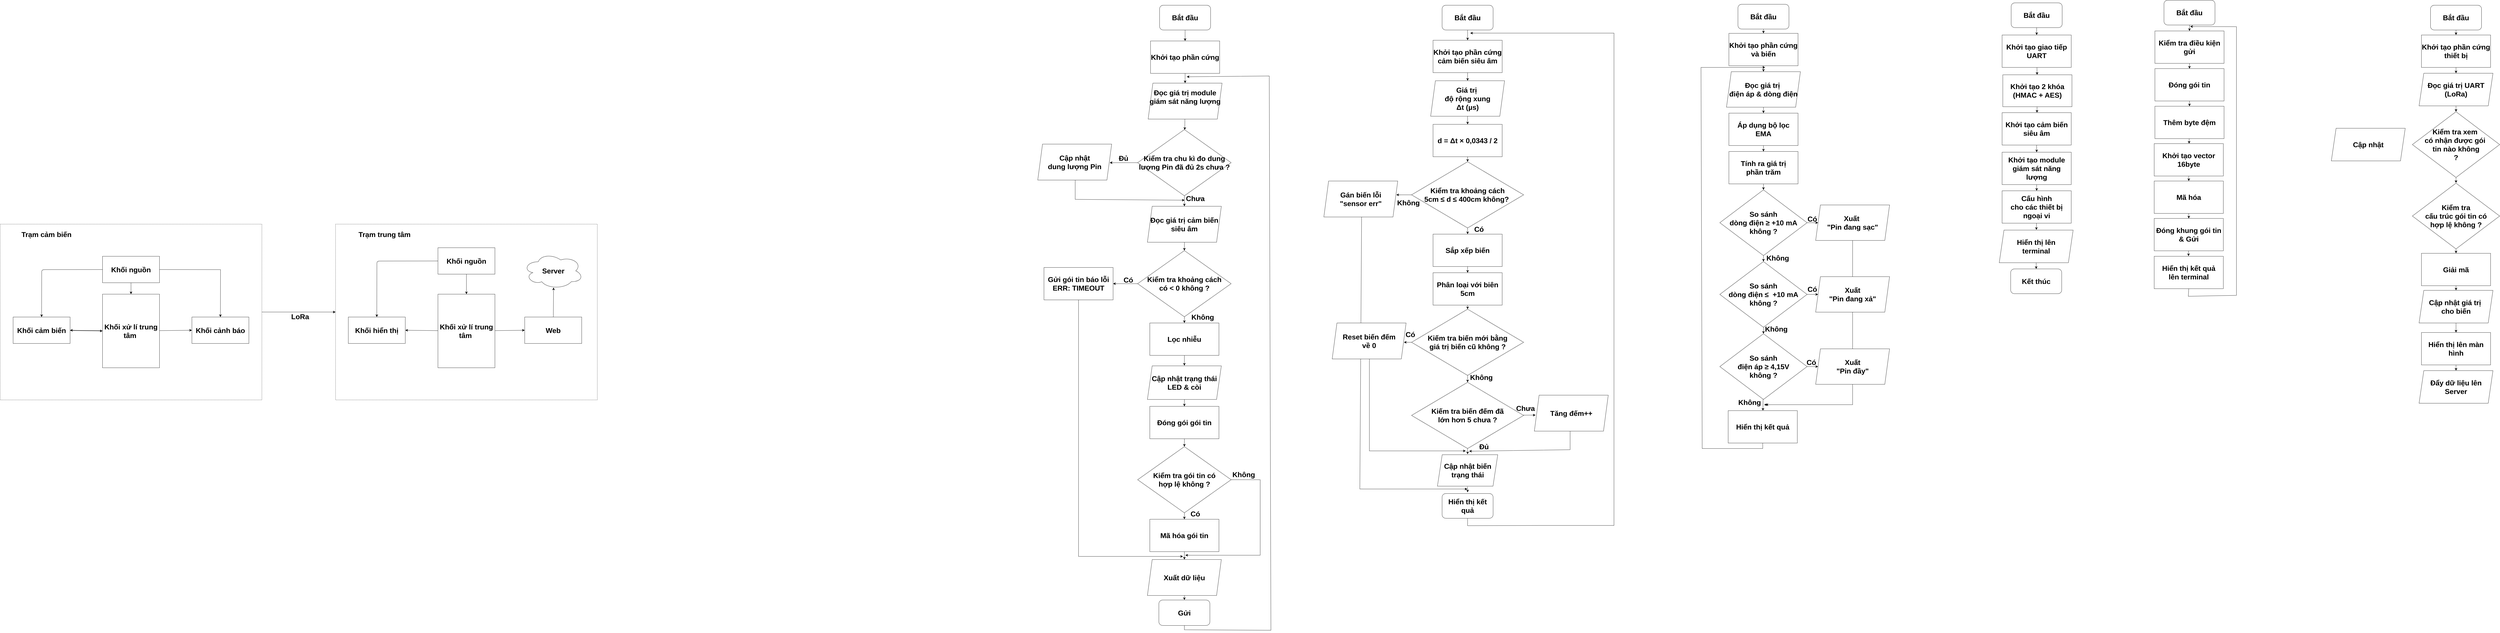
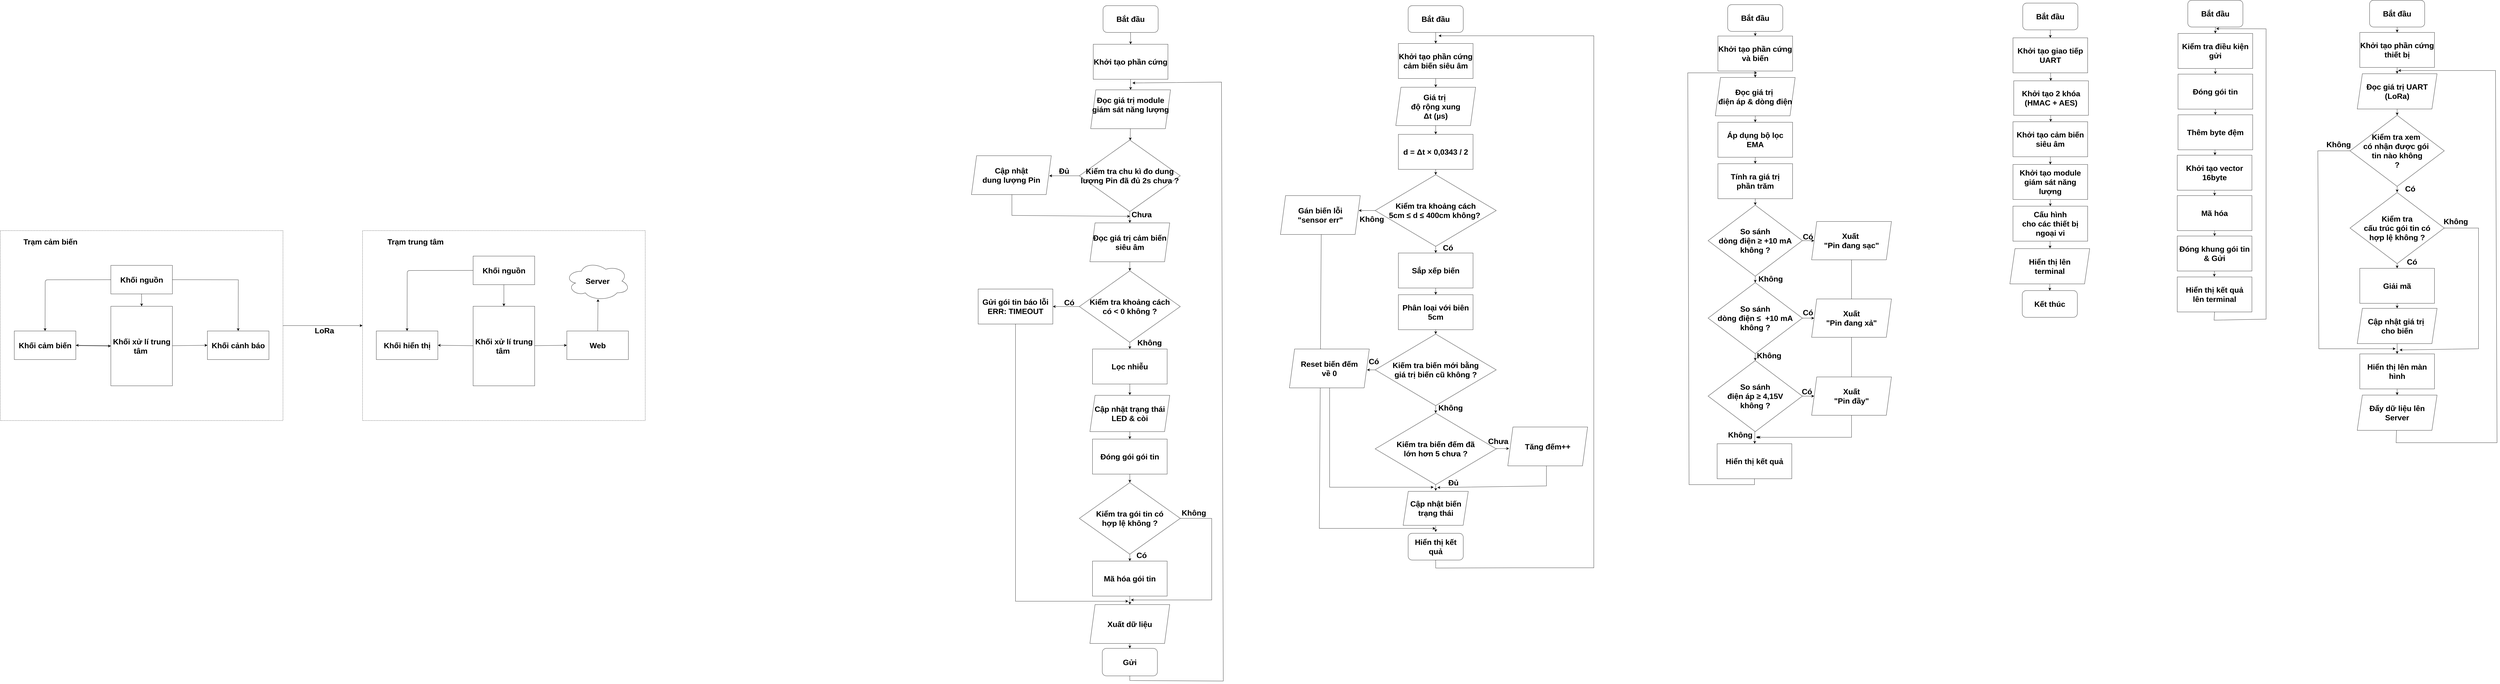
<mxfile host="app.diagrams.net">
  <diagram name="Page-1" id="Xzzm8pSJ2Ty5PO-fjyCe">
-     <mxGraphModel dx="3535" dy="1988" grid="0" gridSize="10" guides="1" tooltips="1" connect="1" arrows="1" fold="1" page="1" pageScale="1" pageWidth="4681" pageHeight="3300" math="0" shadow="0">
+     <mxGraphModel dx="4040" dy="2271" grid="0" gridSize="10" guides="1" tooltips="1" connect="1" arrows="1" fold="1" page="1" pageScale="1" pageWidth="4681" pageHeight="3300" math="0" shadow="0">
      <root>
        <mxCell id="0" />
        <mxCell id="1" parent="0" />
        <mxCell id="dHOnNA1qFKyTxo9gN7e2-160" edge="1" parent="1" source="dHOnNA1qFKyTxo9gN7e2-135" style="edgeStyle=none;curved=1;rounded=0;orthogonalLoop=1;jettySize=auto;html=1;entryX=0.5;entryY=1;entryDx=0;entryDy=0;fontSize=12;startSize=8;endSize=8;" target="dHOnNA1qFKyTxo9gN7e2-136">
          <mxGeometry relative="1" as="geometry" />
        </mxCell>
        <mxCell id="aMmJWWC9FcH2sZLkuJds-26" parent="1" style="rounded=0;whiteSpace=wrap;html=1;dashed=1;fontStyle=1;fontSize=30;" value="" vertex="1">
-           <mxGeometry height="738" width="1098" x="1887.5" y="1122" as="geometry" />
+           <mxGeometry height="738" width="1098" x="2468" y="1077" as="geometry" />
        </mxCell>
        <mxCell id="aMmJWWC9FcH2sZLkuJds-31" edge="1" parent="1" source="aMmJWWC9FcH2sZLkuJds-25" style="edgeStyle=none;curved=1;rounded=0;orthogonalLoop=1;jettySize=auto;html=1;entryX=0;entryY=0.5;entryDx=0;entryDy=0;fontSize=30;startSize=8;endSize=8;fontStyle=1" target="aMmJWWC9FcH2sZLkuJds-26">
          <mxGeometry relative="1" as="geometry" />
        </mxCell>
        <mxCell id="aMmJWWC9FcH2sZLkuJds-25" parent="1" style="rounded=0;whiteSpace=wrap;html=1;dashed=1;fontStyle=1;fontSize=30;" value="" vertex="1">
-           <mxGeometry height="738" width="1098" x="480.5" y="1122" as="geometry" />
+           <mxGeometry height="738" width="1098" x="1061" y="1077" as="geometry" />
        </mxCell>
        <mxCell id="aMmJWWC9FcH2sZLkuJds-12" edge="1" parent="1" source="aMmJWWC9FcH2sZLkuJds-1" style="edgeStyle=none;curved=1;rounded=0;orthogonalLoop=1;jettySize=auto;html=1;entryX=0;entryY=0.5;entryDx=0;entryDy=0;fontSize=30;startSize=8;endSize=8;fontStyle=1" target="aMmJWWC9FcH2sZLkuJds-5">
          <mxGeometry relative="1" as="geometry" />
        </mxCell>
        <mxCell id="aMmJWWC9FcH2sZLkuJds-13" edge="1" parent="1" source="aMmJWWC9FcH2sZLkuJds-1" style="edgeStyle=none;curved=1;rounded=0;orthogonalLoop=1;jettySize=auto;html=1;entryX=1;entryY=0.5;entryDx=0;entryDy=0;fontSize=30;startSize=8;endSize=8;fontStyle=1" target="aMmJWWC9FcH2sZLkuJds-4">
          <mxGeometry relative="1" as="geometry" />
        </mxCell>
        <mxCell id="aMmJWWC9FcH2sZLkuJds-1" parent="1" style="rounded=0;whiteSpace=wrap;html=1;fontStyle=1;fontSize=30;" value="&lt;font&gt;Khối xử lí trung tâm&amp;nbsp;&lt;/font&gt;" vertex="1">
-           <mxGeometry height="309" width="239" x="910" y="1416" as="geometry" />
+           <mxGeometry height="309" width="239" x="1490.5" y="1371" as="geometry" />
        </mxCell>
        <mxCell id="aMmJWWC9FcH2sZLkuJds-8" edge="1" parent="1" source="aMmJWWC9FcH2sZLkuJds-2" style="edgeStyle=none;curved=0;rounded=1;orthogonalLoop=1;jettySize=auto;html=1;entryX=0.5;entryY=0;entryDx=0;entryDy=0;fontSize=30;startSize=8;endSize=8;fontStyle=1" target="aMmJWWC9FcH2sZLkuJds-4">
          <mxGeometry relative="1" as="geometry">
            <Array as="points">
-               <mxPoint x="655" y="1313" />
+               <mxPoint x="1235.5" y="1268" />
            </Array>
          </mxGeometry>
        </mxCell>
        <mxCell id="aMmJWWC9FcH2sZLkuJds-9" edge="1" parent="1" source="aMmJWWC9FcH2sZLkuJds-2" style="edgeStyle=none;curved=1;rounded=0;orthogonalLoop=1;jettySize=auto;html=1;entryX=0.5;entryY=0;entryDx=0;entryDy=0;fontSize=30;startSize=8;endSize=8;fontStyle=1" target="aMmJWWC9FcH2sZLkuJds-1">
          <mxGeometry relative="1" as="geometry" />
        </mxCell>
        <mxCell id="aMmJWWC9FcH2sZLkuJds-10" edge="1" parent="1" source="aMmJWWC9FcH2sZLkuJds-2" style="edgeStyle=none;curved=0;rounded=0;orthogonalLoop=1;jettySize=auto;html=1;entryX=0.5;entryY=0;entryDx=0;entryDy=0;fontSize=30;startSize=8;endSize=8;fontStyle=1" target="aMmJWWC9FcH2sZLkuJds-5">
          <mxGeometry relative="1" as="geometry">
            <Array as="points">
-               <mxPoint x="1405" y="1313" />
+               <mxPoint x="1985.5" y="1268" />
            </Array>
          </mxGeometry>
        </mxCell>
        <mxCell id="aMmJWWC9FcH2sZLkuJds-2" parent="1" style="rounded=0;whiteSpace=wrap;html=1;fontStyle=1;fontSize=30;" value="&lt;font&gt;Khối nguồn&lt;/font&gt;" vertex="1">
-           <mxGeometry height="111" width="239" x="910" y="1257" as="geometry" />
+           <mxGeometry height="111" width="239" x="1490.5" y="1212" as="geometry" />
        </mxCell>
        <mxCell id="aMmJWWC9FcH2sZLkuJds-11" edge="1" parent="1" source="aMmJWWC9FcH2sZLkuJds-4" style="edgeStyle=none;curved=1;rounded=0;orthogonalLoop=1;jettySize=auto;html=1;entryX=0;entryY=0.5;entryDx=0;entryDy=0;fontSize=30;startSize=8;endSize=8;fontStyle=1" target="aMmJWWC9FcH2sZLkuJds-1">
          <mxGeometry relative="1" as="geometry" />
        </mxCell>
        <mxCell id="aMmJWWC9FcH2sZLkuJds-4" parent="1" style="rounded=0;whiteSpace=wrap;html=1;fontStyle=1;fontSize=30;" value="&lt;font&gt;Khối cảm biến&lt;/font&gt;" vertex="1">
-           <mxGeometry height="111" width="239" x="535" y="1512" as="geometry" />
+           <mxGeometry height="111" width="239" x="1115.5" y="1467" as="geometry" />
        </mxCell>
        <mxCell id="aMmJWWC9FcH2sZLkuJds-5" parent="1" style="rounded=0;whiteSpace=wrap;html=1;fontStyle=1;fontSize=30;" value="&lt;font&gt;Khối cảnh báo&lt;/font&gt;" vertex="1">
-           <mxGeometry height="111" width="239" x="1285" y="1512" as="geometry" />
+           <mxGeometry height="111" width="239" x="1865.5" y="1467" as="geometry" />
        </mxCell>
        <mxCell id="aMmJWWC9FcH2sZLkuJds-19" edge="1" parent="1" source="aMmJWWC9FcH2sZLkuJds-14" style="edgeStyle=none;curved=1;rounded=0;orthogonalLoop=1;jettySize=auto;html=1;entryX=1;entryY=0.5;entryDx=0;entryDy=0;fontSize=30;startSize=8;endSize=8;fontStyle=1" target="aMmJWWC9FcH2sZLkuJds-16">
          <mxGeometry relative="1" as="geometry" />
        </mxCell>
        <mxCell id="aMmJWWC9FcH2sZLkuJds-20" edge="1" parent="1" source="aMmJWWC9FcH2sZLkuJds-14" style="edgeStyle=none;curved=1;rounded=0;orthogonalLoop=1;jettySize=auto;html=1;entryX=0;entryY=0.5;entryDx=0;entryDy=0;fontSize=30;startSize=8;endSize=8;fontStyle=1" target="aMmJWWC9FcH2sZLkuJds-18">
          <mxGeometry relative="1" as="geometry" />
        </mxCell>
        <mxCell id="aMmJWWC9FcH2sZLkuJds-14" parent="1" style="rounded=0;whiteSpace=wrap;html=1;fontStyle=1;fontSize=30;" value="&lt;font&gt;Khối xử lí trung tâm&amp;nbsp;&lt;/font&gt;" vertex="1">
-           <mxGeometry height="309" width="239" x="2317" y="1416" as="geometry" />
+           <mxGeometry height="309" width="239" x="2897.5" y="1371" as="geometry" />
        </mxCell>
        <mxCell id="aMmJWWC9FcH2sZLkuJds-21" edge="1" parent="1" source="aMmJWWC9FcH2sZLkuJds-15" style="edgeStyle=none;curved=1;rounded=0;orthogonalLoop=1;jettySize=auto;html=1;entryX=0.5;entryY=0;entryDx=0;entryDy=0;fontSize=30;startSize=8;endSize=8;fontStyle=1" target="aMmJWWC9FcH2sZLkuJds-14">
          <mxGeometry relative="1" as="geometry" />
        </mxCell>
        <mxCell id="aMmJWWC9FcH2sZLkuJds-22" edge="1" parent="1" source="aMmJWWC9FcH2sZLkuJds-15" style="edgeStyle=none;curved=0;rounded=1;orthogonalLoop=1;jettySize=auto;html=1;entryX=0.5;entryY=0;entryDx=0;entryDy=0;fontSize=30;startSize=8;endSize=8;fontStyle=1" target="aMmJWWC9FcH2sZLkuJds-16">
          <mxGeometry relative="1" as="geometry">
            <Array as="points">
-               <mxPoint x="2061" y="1277" />
+               <mxPoint x="2641.5" y="1232" />
            </Array>
          </mxGeometry>
        </mxCell>
        <mxCell id="aMmJWWC9FcH2sZLkuJds-15" parent="1" style="rounded=0;whiteSpace=wrap;html=1;fontStyle=1;fontSize=30;" value="&lt;font&gt;Khối nguồn&lt;/font&gt;" vertex="1">
-           <mxGeometry height="111" width="239" x="2317" y="1221" as="geometry" />
+           <mxGeometry height="111" width="239" x="2897.5" y="1176" as="geometry" />
        </mxCell>
        <mxCell id="aMmJWWC9FcH2sZLkuJds-16" parent="1" style="rounded=0;whiteSpace=wrap;html=1;fontStyle=1;fontSize=30;" value="&lt;font&gt;Khối hiển thị&lt;/font&gt;" vertex="1">
-           <mxGeometry height="111" width="239" x="1941" y="1512" as="geometry" />
+           <mxGeometry height="111" width="239" x="2521.5" y="1467" as="geometry" />
        </mxCell>
        <mxCell id="aMmJWWC9FcH2sZLkuJds-18" parent="1" style="rounded=0;whiteSpace=wrap;html=1;fontStyle=1;fontSize=30;" value="&lt;span&gt;Web&lt;/span&gt;" vertex="1">
-           <mxGeometry height="111" width="239" x="2681" y="1512" as="geometry" />
+           <mxGeometry height="111" width="239" x="3261.5" y="1467" as="geometry" />
        </mxCell>
        <mxCell id="aMmJWWC9FcH2sZLkuJds-23" parent="1" style="ellipse;shape=cloud;whiteSpace=wrap;html=1;fontStyle=1;fontSize=30;" value="&lt;span&gt;Server&lt;/span&gt;" vertex="1">
-           <mxGeometry height="152" width="252" x="2674.5" y="1242" as="geometry" />
+           <mxGeometry height="152" width="252" x="3255" y="1197" as="geometry" />
        </mxCell>
        <mxCell id="aMmJWWC9FcH2sZLkuJds-24" edge="1" parent="1" source="aMmJWWC9FcH2sZLkuJds-18" style="edgeStyle=none;curved=1;rounded=0;orthogonalLoop=1;jettySize=auto;html=1;entryX=0.506;entryY=0.961;entryDx=0;entryDy=0;entryPerimeter=0;fontSize=30;startSize=8;endSize=8;fontStyle=1" target="aMmJWWC9FcH2sZLkuJds-23">
          <mxGeometry relative="1" as="geometry" />
        </mxCell>
        <mxCell id="aMmJWWC9FcH2sZLkuJds-27" parent="1" style="text;html=1;whiteSpace=wrap;strokeColor=none;fillColor=none;align=center;verticalAlign=middle;rounded=0;fontSize=30;fontStyle=1" value="Trạm cảm biến" vertex="1">
-           <mxGeometry height="30" width="332" x="509" y="1150" as="geometry" />
+           <mxGeometry height="30" width="332" x="1089.5" y="1105" as="geometry" />
        </mxCell>
        <mxCell id="aMmJWWC9FcH2sZLkuJds-28" parent="1" style="text;html=1;whiteSpace=wrap;strokeColor=none;fillColor=none;align=center;verticalAlign=middle;rounded=0;fontSize=30;fontStyle=1" value="Trạm trung tâm" vertex="1">
-           <mxGeometry height="30" width="332" x="1927" y="1150" as="geometry" />
+           <mxGeometry height="30" width="332" x="2507.5" y="1105" as="geometry" />
        </mxCell>
        <mxCell id="aMmJWWC9FcH2sZLkuJds-32" parent="1" style="text;html=1;whiteSpace=wrap;strokeColor=none;fillColor=none;align=center;verticalAlign=middle;rounded=0;fontSize=30;fontStyle=1" value="LoRa" vertex="1">
-           <mxGeometry height="30" width="332" x="1573" y="1495" as="geometry" />
+           <mxGeometry height="30" width="332" x="2153.5" y="1450" as="geometry" />
        </mxCell>
        <mxCell id="dHOnNA1qFKyTxo9gN7e2-32" edge="1" parent="1" source="dHOnNA1qFKyTxo9gN7e2-2" style="edgeStyle=none;curved=1;rounded=0;orthogonalLoop=1;jettySize=auto;html=1;fontSize=30;startSize=8;endSize=8;fontStyle=1" target="dHOnNA1qFKyTxo9gN7e2-3" value="">
          <mxGeometry relative="1" as="geometry" />
        </mxCell>
        <mxCell id="dHOnNA1qFKyTxo9gN7e2-2" parent="1" style="rounded=1;whiteSpace=wrap;html=1;fontStyle=1;fontSize=30;" value="&lt;font&gt;Bắt đầu&lt;/font&gt;" vertex="1">
          <mxGeometry height="104" width="214" x="5344" y="203" as="geometry" />
        </mxCell>
        <mxCell id="dHOnNA1qFKyTxo9gN7e2-33" edge="1" parent="1" source="dHOnNA1qFKyTxo9gN7e2-3" style="edgeStyle=none;curved=1;rounded=0;orthogonalLoop=1;jettySize=auto;html=1;fontSize=30;startSize=8;endSize=8;fontStyle=1" target="dHOnNA1qFKyTxo9gN7e2-4" value="">
          <mxGeometry relative="1" as="geometry" />
        </mxCell>
        <mxCell id="dHOnNA1qFKyTxo9gN7e2-3" parent="1" style="rounded=0;whiteSpace=wrap;html=1;fontStyle=1;fontSize=30;" value="&lt;font&gt;Khởi tạo phần cứng&lt;/font&gt;" vertex="1">
          <mxGeometry height="136" width="290" x="5306" y="353" as="geometry" />
        </mxCell>
        <mxCell id="dHOnNA1qFKyTxo9gN7e2-6" edge="1" parent="1" source="dHOnNA1qFKyTxo9gN7e2-4" style="edgeStyle=none;curved=1;rounded=0;orthogonalLoop=1;jettySize=auto;html=1;fontSize=30;startSize=8;endSize=8;fontStyle=1" target="dHOnNA1qFKyTxo9gN7e2-5" value="">
          <mxGeometry relative="1" as="geometry" />
        </mxCell>
        <mxCell id="dHOnNA1qFKyTxo9gN7e2-4" parent="1" style="shape=parallelogram;perimeter=parallelogramPerimeter;whiteSpace=wrap;html=1;fixedSize=1;fontStyle=1;fontSize=30;" value="&lt;font&gt;Đọc giá trị module giám sát năng lượng&lt;/font&gt;&lt;div&gt;&lt;font&gt;&lt;br&gt;&lt;/font&gt;&lt;/div&gt;" vertex="1">
          <mxGeometry height="151" width="310" x="5296" y="530" as="geometry" />
        </mxCell>
        <mxCell id="dHOnNA1qFKyTxo9gN7e2-8" edge="1" parent="1" source="dHOnNA1qFKyTxo9gN7e2-5" style="edgeStyle=none;curved=1;rounded=0;orthogonalLoop=1;jettySize=auto;html=1;fontSize=30;startSize=8;endSize=8;fontStyle=1" target="dHOnNA1qFKyTxo9gN7e2-7" value="">
          <mxGeometry relative="1" as="geometry" />
        </mxCell>
        <mxCell id="dHOnNA1qFKyTxo9gN7e2-19" edge="1" parent="1" source="dHOnNA1qFKyTxo9gN7e2-5" style="edgeStyle=none;curved=1;rounded=0;orthogonalLoop=1;jettySize=auto;html=1;fontSize=30;startSize=8;endSize=8;fontStyle=1" value="">
          <mxGeometry relative="1" as="geometry">
            <mxPoint x="5135" y="864.0000000000005" as="targetPoint" />
          </mxGeometry>
        </mxCell>
        <mxCell id="dHOnNA1qFKyTxo9gN7e2-29" edge="1" parent="1" source="dHOnNA1qFKyTxo9gN7e2-5" style="edgeStyle=none;curved=1;rounded=0;orthogonalLoop=1;jettySize=auto;html=1;fontSize=30;startSize=8;endSize=8;fontStyle=1" value="">
          <mxGeometry relative="1" as="geometry">
            <mxPoint x="5135" y="864.0000000000005" as="targetPoint" />
          </mxGeometry>
        </mxCell>
        <mxCell id="dHOnNA1qFKyTxo9gN7e2-5" parent="1" style="rhombus;whiteSpace=wrap;html=1;fontStyle=1;fontSize=30;" value="&lt;font&gt;Kiểm tra chu kì đo dung lượng Pin đã đủ 2s chưa ?&lt;/font&gt;" vertex="1">
          <mxGeometry height="278" width="392" x="5252" y="725" as="geometry" />
        </mxCell>
        <mxCell id="dHOnNA1qFKyTxo9gN7e2-22" edge="1" parent="1" source="dHOnNA1qFKyTxo9gN7e2-7" style="edgeStyle=none;curved=1;rounded=0;orthogonalLoop=1;jettySize=auto;html=1;fontSize=30;startSize=8;endSize=8;fontStyle=1" target="dHOnNA1qFKyTxo9gN7e2-9" value="">
          <mxGeometry relative="1" as="geometry" />
        </mxCell>
        <mxCell id="dHOnNA1qFKyTxo9gN7e2-7" parent="1" style="shape=parallelogram;perimeter=parallelogramPerimeter;whiteSpace=wrap;html=1;fixedSize=1;fontStyle=1;fontSize=30;" value="&lt;span&gt;Đọc giá trị cảm biến siêu âm&lt;/span&gt;" vertex="1">
          <mxGeometry height="151" width="310" x="5293" y="1047" as="geometry" />
        </mxCell>
        <mxCell id="dHOnNA1qFKyTxo9gN7e2-23" edge="1" parent="1" source="dHOnNA1qFKyTxo9gN7e2-9" style="edgeStyle=none;curved=1;rounded=0;orthogonalLoop=1;jettySize=auto;html=1;fontSize=30;startSize=8;endSize=8;fontStyle=1" target="dHOnNA1qFKyTxo9gN7e2-10" value="">
          <mxGeometry relative="1" as="geometry" />
        </mxCell>
        <mxCell id="dHOnNA1qFKyTxo9gN7e2-35" edge="1" parent="1" source="dHOnNA1qFKyTxo9gN7e2-9" style="edgeStyle=none;curved=1;rounded=0;orthogonalLoop=1;jettySize=auto;html=1;fontSize=30;startSize=8;endSize=8;fontStyle=1" target="dHOnNA1qFKyTxo9gN7e2-34" value="">
          <mxGeometry relative="1" as="geometry" />
        </mxCell>
        <mxCell id="dHOnNA1qFKyTxo9gN7e2-9" parent="1" style="rhombus;whiteSpace=wrap;html=1;fontStyle=1;fontSize=30;" value="&lt;font&gt;Kiểm tra khoảng cách&lt;br&gt;có &amp;lt; 0 không ?&lt;/font&gt;" vertex="1">
          <mxGeometry height="278" width="392" x="5252" y="1233" as="geometry" />
        </mxCell>
        <mxCell id="dHOnNA1qFKyTxo9gN7e2-24" edge="1" parent="1" source="dHOnNA1qFKyTxo9gN7e2-10" style="edgeStyle=none;curved=1;rounded=0;orthogonalLoop=1;jettySize=auto;html=1;fontSize=30;startSize=8;endSize=8;fontStyle=1" value="">
          <mxGeometry relative="1" as="geometry">
            <mxPoint x="5448.000000000001" y="1716" as="targetPoint" />
          </mxGeometry>
        </mxCell>
        <mxCell id="dHOnNA1qFKyTxo9gN7e2-10" parent="1" style="rounded=0;whiteSpace=wrap;html=1;fontStyle=1;fontSize=30;" value="&lt;font&gt;Lọc nhiễu&lt;/font&gt;" vertex="1">
          <mxGeometry height="136" width="290" x="5303" y="1537" as="geometry" />
        </mxCell>
        <mxCell id="dHOnNA1qFKyTxo9gN7e2-25" edge="1" parent="1" style="edgeStyle=none;curved=1;rounded=0;orthogonalLoop=1;jettySize=auto;html=1;fontSize=30;startSize=8;endSize=8;fontStyle=1" target="dHOnNA1qFKyTxo9gN7e2-13" value="">
          <mxGeometry relative="1" as="geometry">
            <mxPoint x="5448.000000000001" y="1852" as="sourcePoint" />
          </mxGeometry>
        </mxCell>
        <mxCell id="dHOnNA1qFKyTxo9gN7e2-26" edge="1" parent="1" source="dHOnNA1qFKyTxo9gN7e2-13" style="edgeStyle=none;curved=1;rounded=0;orthogonalLoop=1;jettySize=auto;html=1;fontSize=30;startSize=8;endSize=8;fontStyle=1" target="dHOnNA1qFKyTxo9gN7e2-14" value="">
          <mxGeometry relative="1" as="geometry" />
        </mxCell>
        <mxCell id="dHOnNA1qFKyTxo9gN7e2-13" parent="1" style="rounded=0;whiteSpace=wrap;html=1;fontStyle=1;fontSize=30;" value="&lt;span&gt;Đóng gói gói tin&lt;/span&gt;" vertex="1">
          <mxGeometry height="136" width="290" x="5303" y="1887" as="geometry" />
        </mxCell>
        <mxCell id="dHOnNA1qFKyTxo9gN7e2-27" edge="1" parent="1" source="dHOnNA1qFKyTxo9gN7e2-14" style="edgeStyle=none;curved=1;rounded=0;orthogonalLoop=1;jettySize=auto;html=1;fontSize=30;startSize=8;endSize=8;fontStyle=1" target="dHOnNA1qFKyTxo9gN7e2-15" value="">
          <mxGeometry relative="1" as="geometry" />
        </mxCell>
        <mxCell id="dHOnNA1qFKyTxo9gN7e2-41" edge="1" parent="1" source="dHOnNA1qFKyTxo9gN7e2-14" style="edgeStyle=none;curved=0;rounded=0;orthogonalLoop=1;jettySize=auto;html=1;fontSize=30;startSize=8;endSize=8;fontStyle=1" value="">
          <mxGeometry relative="1" as="geometry">
            <Array as="points">
              <mxPoint x="5766" y="2195" />
              <mxPoint x="5766" y="2512" />
            </Array>
            <mxPoint x="5452" y="2512" as="targetPoint" />
          </mxGeometry>
        </mxCell>
        <mxCell id="dHOnNA1qFKyTxo9gN7e2-14" parent="1" style="rhombus;whiteSpace=wrap;html=1;fontStyle=1;fontSize=30;" value="&lt;span&gt;Kiểm tra gói tin có&lt;/span&gt;&lt;div&gt;&lt;span&gt;hợp lệ không ?&lt;/span&gt;&lt;/div&gt;" vertex="1">
          <mxGeometry height="278" width="392" x="5252" y="2056" as="geometry" />
        </mxCell>
        <mxCell id="dHOnNA1qFKyTxo9gN7e2-28" edge="1" parent="1" source="dHOnNA1qFKyTxo9gN7e2-15" style="edgeStyle=none;curved=1;rounded=0;orthogonalLoop=1;jettySize=auto;html=1;fontSize=30;startSize=8;endSize=8;fontStyle=1" value="">
          <mxGeometry relative="1" as="geometry">
            <mxPoint x="5448" y="2530" as="targetPoint" />
          </mxGeometry>
        </mxCell>
        <mxCell id="dHOnNA1qFKyTxo9gN7e2-15" parent="1" style="rounded=0;whiteSpace=wrap;html=1;fontStyle=1;fontSize=30;" value="&lt;span&gt;Mã hóa gói tin&lt;/span&gt;" vertex="1">
          <mxGeometry height="136" width="290" x="5303" y="2361" as="geometry" />
        </mxCell>
        <mxCell id="dHOnNA1qFKyTxo9gN7e2-42" edge="1" parent="1" source="dHOnNA1qFKyTxo9gN7e2-105" style="edgeStyle=none;curved=0;rounded=0;orthogonalLoop=1;jettySize=auto;html=1;fontSize=30;startSize=8;endSize=8;fontStyle=1;exitX=0.5;exitY=1;exitDx=0;exitDy=0;">
          <mxGeometry relative="1" as="geometry">
            <Array as="points">
              <mxPoint x="5448" y="2825" />
              <mxPoint x="5811" y="2827" />
              <mxPoint x="5804" y="500" />
            </Array>
            <mxPoint x="5448" y="2666" as="sourcePoint" />
            <mxPoint x="5458" y="503.3333333333335" as="targetPoint" />
          </mxGeometry>
        </mxCell>
        <mxCell id="dHOnNA1qFKyTxo9gN7e2-21" edge="1" parent="1" style="edgeStyle=none;curved=0;rounded=0;orthogonalLoop=1;jettySize=auto;html=1;fontSize=30;startSize=8;endSize=8;fontStyle=1">
          <mxGeometry relative="1" as="geometry">
            <Array as="points">
              <mxPoint x="4990" y="1018" />
            </Array>
            <mxPoint x="4990" y="932" as="sourcePoint" />
            <mxPoint x="5448.941176470588" y="1021.4705882352941" as="targetPoint" />
          </mxGeometry>
        </mxCell>
        <mxCell id="dHOnNA1qFKyTxo9gN7e2-30" parent="1" style="text;html=1;whiteSpace=wrap;strokeColor=none;fillColor=none;align=center;verticalAlign=middle;rounded=0;fontSize=30;fontStyle=1" value="Đủ" vertex="1">
          <mxGeometry height="30" width="60" x="5163" y="830" as="geometry" />
        </mxCell>
        <mxCell id="dHOnNA1qFKyTxo9gN7e2-31" parent="1" style="text;html=1;whiteSpace=wrap;strokeColor=none;fillColor=none;align=center;verticalAlign=middle;rounded=0;fontSize=30;fontStyle=1" value="&lt;font&gt;Chưa&lt;/font&gt;" vertex="1">
          <mxGeometry height="30" width="60" x="5464" y="999" as="geometry" />
        </mxCell>
        <mxCell id="dHOnNA1qFKyTxo9gN7e2-36" edge="1" parent="1" source="dHOnNA1qFKyTxo9gN7e2-34" style="edgeStyle=none;curved=0;rounded=0;orthogonalLoop=1;jettySize=auto;html=1;fontSize=30;startSize=8;endSize=8;fontStyle=1">
          <mxGeometry relative="1" as="geometry">
            <Array as="points">
              <mxPoint x="5004" y="2517" />
            </Array>
            <mxPoint x="5442" y="2517" as="targetPoint" />
          </mxGeometry>
        </mxCell>
        <mxCell id="dHOnNA1qFKyTxo9gN7e2-34" parent="1" style="rounded=0;whiteSpace=wrap;html=1;fontStyle=1;fontSize=30;" value="&lt;span&gt;Gửi gói tin báo lỗi&lt;/span&gt;&lt;div&gt;&lt;span&gt;ERR: TIMEOUT&lt;/span&gt;&lt;/div&gt;" vertex="1">
          <mxGeometry height="136" width="290" x="4859" y="1304" as="geometry" />
        </mxCell>
        <mxCell id="dHOnNA1qFKyTxo9gN7e2-37" parent="1" style="text;html=1;whiteSpace=wrap;strokeColor=none;fillColor=none;align=center;verticalAlign=middle;rounded=0;fontSize=30;fontStyle=1" value="Có" vertex="1">
          <mxGeometry height="30" width="60" x="5183" y="1341" as="geometry" />
        </mxCell>
        <mxCell id="dHOnNA1qFKyTxo9gN7e2-38" parent="1" style="text;html=1;whiteSpace=wrap;strokeColor=none;fillColor=none;align=center;verticalAlign=middle;rounded=0;fontSize=30;fontStyle=1" value="&lt;span&gt;Không&lt;/span&gt;" vertex="1">
          <mxGeometry height="30" width="60" x="5495" y="1497" as="geometry" />
        </mxCell>
        <mxCell id="dHOnNA1qFKyTxo9gN7e2-43" parent="1" style="text;html=1;whiteSpace=wrap;strokeColor=none;fillColor=none;align=center;verticalAlign=middle;rounded=0;fontSize=30;fontStyle=1" value="Có" vertex="1">
          <mxGeometry height="30" width="60" x="5464" y="2323" as="geometry" />
        </mxCell>
        <mxCell id="dHOnNA1qFKyTxo9gN7e2-44" parent="1" style="text;html=1;whiteSpace=wrap;strokeColor=none;fillColor=none;align=center;verticalAlign=middle;rounded=0;fontSize=30;fontStyle=1" value="&lt;span&gt;Không&lt;/span&gt;" vertex="1">
          <mxGeometry height="30" width="60" x="5667" y="2158" as="geometry" />
        </mxCell>
        <mxCell id="dHOnNA1qFKyTxo9gN7e2-69" edge="1" parent="1" source="dHOnNA1qFKyTxo9gN7e2-47" style="edgeStyle=none;curved=1;rounded=0;orthogonalLoop=1;jettySize=auto;html=1;fontSize=12;startSize=8;endSize=8;" target="dHOnNA1qFKyTxo9gN7e2-53" value="">
          <mxGeometry relative="1" as="geometry" />
        </mxCell>
        <mxCell id="dHOnNA1qFKyTxo9gN7e2-47" parent="1" style="rounded=1;whiteSpace=wrap;html=1;fontStyle=1;fontSize=30;" value="&lt;font&gt;Bắt đầu&lt;/font&gt;" vertex="1">
          <mxGeometry height="104" width="214" x="6529" y="203" as="geometry" />
        </mxCell>
        <mxCell id="dHOnNA1qFKyTxo9gN7e2-71" edge="1" parent="1" source="dHOnNA1qFKyTxo9gN7e2-49" style="edgeStyle=none;curved=1;rounded=0;orthogonalLoop=1;jettySize=auto;html=1;fontSize=12;startSize=8;endSize=8;" target="dHOnNA1qFKyTxo9gN7e2-50" value="">
          <mxGeometry relative="1" as="geometry" />
        </mxCell>
        <mxCell id="dHOnNA1qFKyTxo9gN7e2-49" parent="1" style="shape=parallelogram;perimeter=parallelogramPerimeter;whiteSpace=wrap;html=1;fixedSize=1;fontStyle=1;fontSize=30;" value="&lt;div&gt;&lt;font&gt;Giá trị&amp;nbsp;&lt;/font&gt;&lt;/div&gt;&lt;div&gt;&lt;font&gt;độ rộng xung&lt;/font&gt;&lt;/div&gt;&lt;div&gt;&lt;font&gt;&lt;span style=&quot;background-color: transparent; color: light-dark(rgb(0, 0, 0), rgb(255, 255, 255));&quot;&gt;Δt&lt;/span&gt;&amp;nbsp;(µs)&lt;/font&gt;&lt;/div&gt;" vertex="1">
          <mxGeometry height="149" width="310" x="6481" y="520" as="geometry" />
        </mxCell>
        <mxCell id="dHOnNA1qFKyTxo9gN7e2-72" edge="1" parent="1" source="dHOnNA1qFKyTxo9gN7e2-50" style="edgeStyle=none;curved=1;rounded=0;orthogonalLoop=1;jettySize=auto;html=1;fontSize=12;startSize=8;endSize=8;" target="dHOnNA1qFKyTxo9gN7e2-55" value="">
          <mxGeometry relative="1" as="geometry" />
        </mxCell>
        <mxCell id="dHOnNA1qFKyTxo9gN7e2-50" parent="1" style="rounded=0;whiteSpace=wrap;html=1;fontStyle=1;fontSize=30;" value="&lt;font&gt;d = Δt × 0,0343 / 2&lt;/font&gt;" vertex="1">
          <mxGeometry height="136" width="290" x="6491" y="703" as="geometry" />
        </mxCell>
        <mxCell id="dHOnNA1qFKyTxo9gN7e2-70" edge="1" parent="1" source="dHOnNA1qFKyTxo9gN7e2-53" style="edgeStyle=none;curved=1;rounded=0;orthogonalLoop=1;jettySize=auto;html=1;fontSize=12;startSize=8;endSize=8;" target="dHOnNA1qFKyTxo9gN7e2-49" value="">
          <mxGeometry relative="1" as="geometry" />
        </mxCell>
        <mxCell id="dHOnNA1qFKyTxo9gN7e2-53" parent="1" style="rounded=0;whiteSpace=wrap;html=1;fontStyle=1;fontSize=30;" value="&lt;font&gt;Khởi tạo phần cứng&lt;/font&gt;&lt;div&gt;&lt;font&gt;cảm biến siêu âm&lt;/font&gt;&lt;/div&gt;" vertex="1">
          <mxGeometry height="136" width="290" x="6491" y="350" as="geometry" />
        </mxCell>
        <mxCell id="dHOnNA1qFKyTxo9gN7e2-73" edge="1" parent="1" source="dHOnNA1qFKyTxo9gN7e2-55" style="edgeStyle=none;curved=1;rounded=0;orthogonalLoop=1;jettySize=auto;html=1;fontSize=12;startSize=8;endSize=8;" value="">
          <mxGeometry relative="1" as="geometry">
            <mxPoint x="6337" y="999.0000000000005" as="targetPoint" />
          </mxGeometry>
        </mxCell>
        <mxCell id="dHOnNA1qFKyTxo9gN7e2-74" edge="1" parent="1" source="dHOnNA1qFKyTxo9gN7e2-55" style="edgeStyle=none;curved=1;rounded=0;orthogonalLoop=1;jettySize=auto;html=1;fontSize=12;startSize=8;endSize=8;" target="dHOnNA1qFKyTxo9gN7e2-58" value="">
          <mxGeometry relative="1" as="geometry" />
        </mxCell>
        <mxCell id="dHOnNA1qFKyTxo9gN7e2-55" parent="1" style="rhombus;whiteSpace=wrap;html=1;fontStyle=1;fontSize=30;" value="&lt;font&gt;Kiểm tra khoảng cách&lt;/font&gt;&lt;div&gt;&lt;font&gt;5cm ≤ d&amp;nbsp;≤ 400cm không?&amp;nbsp;&lt;/font&gt;&lt;/div&gt;" vertex="1">
          <mxGeometry height="278" width="470" x="6401" y="860" as="geometry" />
        </mxCell>
        <mxCell id="dHOnNA1qFKyTxo9gN7e2-84" edge="1" parent="1" style="edgeStyle=none;curved=0;rounded=0;orthogonalLoop=1;jettySize=auto;html=1;fontSize=12;startSize=8;endSize=8;">
          <mxGeometry relative="1" as="geometry">
            <Array as="points">
              <mxPoint x="6184" y="2234" />
            </Array>
            <mxPoint x="6191.55951417004" y="1067.0000000000005" as="sourcePoint" />
            <mxPoint x="6635" y="2234" as="targetPoint" />
          </mxGeometry>
        </mxCell>
        <mxCell id="dHOnNA1qFKyTxo9gN7e2-75" edge="1" parent="1" source="dHOnNA1qFKyTxo9gN7e2-58" style="edgeStyle=none;curved=1;rounded=0;orthogonalLoop=1;jettySize=auto;html=1;fontSize=12;startSize=8;endSize=8;" target="dHOnNA1qFKyTxo9gN7e2-59" value="">
          <mxGeometry relative="1" as="geometry" />
        </mxCell>
        <mxCell id="dHOnNA1qFKyTxo9gN7e2-58" parent="1" style="rounded=0;whiteSpace=wrap;html=1;fontStyle=1;fontSize=30;" value="Sắp xếp biến" vertex="1">
          <mxGeometry height="136" width="290" x="6491" y="1164" as="geometry" />
        </mxCell>
        <mxCell id="dHOnNA1qFKyTxo9gN7e2-76" edge="1" parent="1" source="dHOnNA1qFKyTxo9gN7e2-59" style="edgeStyle=none;curved=1;rounded=0;orthogonalLoop=1;jettySize=auto;html=1;fontSize=12;startSize=8;endSize=8;" target="dHOnNA1qFKyTxo9gN7e2-61" value="">
          <mxGeometry relative="1" as="geometry" />
        </mxCell>
        <mxCell id="dHOnNA1qFKyTxo9gN7e2-59" parent="1" style="rounded=0;whiteSpace=wrap;html=1;fontStyle=1;fontSize=30;" value="Phân loại với biên&lt;div&gt;5cm&lt;/div&gt;" vertex="1">
          <mxGeometry height="136" width="290" x="6491" y="1326" as="geometry" />
        </mxCell>
        <mxCell id="dHOnNA1qFKyTxo9gN7e2-77" edge="1" parent="1" source="dHOnNA1qFKyTxo9gN7e2-61" style="edgeStyle=none;curved=1;rounded=0;orthogonalLoop=1;jettySize=auto;html=1;fontSize=12;startSize=8;endSize=8;" value="">
          <mxGeometry relative="1" as="geometry">
            <mxPoint x="6369" y="1618.0000000000005" as="targetPoint" />
          </mxGeometry>
        </mxCell>
        <mxCell id="dHOnNA1qFKyTxo9gN7e2-78" edge="1" parent="1" source="dHOnNA1qFKyTxo9gN7e2-61" style="edgeStyle=none;curved=1;rounded=0;orthogonalLoop=1;jettySize=auto;html=1;fontSize=12;startSize=8;endSize=8;" target="dHOnNA1qFKyTxo9gN7e2-64" value="">
          <mxGeometry relative="1" as="geometry" />
        </mxCell>
        <mxCell id="dHOnNA1qFKyTxo9gN7e2-61" parent="1" style="rhombus;whiteSpace=wrap;html=1;fontStyle=1;fontSize=30;" value="Kiếm tra biến mới bằng&lt;div&gt;giá trị biến cũ không ?&lt;/div&gt;" vertex="1">
          <mxGeometry height="278" width="470" x="6401" y="1479" as="geometry" />
        </mxCell>
        <mxCell id="dHOnNA1qFKyTxo9gN7e2-83" edge="1" parent="1" style="edgeStyle=none;curved=0;rounded=0;orthogonalLoop=1;jettySize=auto;html=1;fontSize=12;startSize=8;endSize=8;">
          <mxGeometry relative="1" as="geometry">
            <Array as="points">
              <mxPoint x="6224" y="2074" />
            </Array>
            <mxPoint x="6224" y="1686" as="sourcePoint" />
            <mxPoint x="6628" y="2074" as="targetPoint" />
          </mxGeometry>
        </mxCell>
        <mxCell id="dHOnNA1qFKyTxo9gN7e2-79" edge="1" parent="1" source="dHOnNA1qFKyTxo9gN7e2-64" style="edgeStyle=none;curved=1;rounded=0;orthogonalLoop=1;jettySize=auto;html=1;fontSize=12;startSize=8;endSize=8;" value="">
          <mxGeometry relative="1" as="geometry">
            <mxPoint x="6921" y="1923.6744186046512" as="targetPoint" />
          </mxGeometry>
        </mxCell>
        <mxCell id="dHOnNA1qFKyTxo9gN7e2-80" edge="1" parent="1" source="dHOnNA1qFKyTxo9gN7e2-64" style="edgeStyle=none;curved=1;rounded=0;orthogonalLoop=1;jettySize=auto;html=1;fontSize=12;startSize=8;endSize=8;" value="">
          <mxGeometry relative="1" as="geometry">
            <mxPoint x="6636" y="2088" as="targetPoint" />
          </mxGeometry>
        </mxCell>
        <mxCell id="dHOnNA1qFKyTxo9gN7e2-64" parent="1" style="rhombus;whiteSpace=wrap;html=1;fontStyle=1;fontSize=30;" value="Kiếm tra biến đếm đã&lt;div&gt;lớn hơn 5 chưa ?&lt;/div&gt;" vertex="1">
          <mxGeometry height="278" width="470" x="6401" y="1786" as="geometry" />
        </mxCell>
        <mxCell id="dHOnNA1qFKyTxo9gN7e2-85" edge="1" parent="1" style="edgeStyle=none;curved=0;rounded=0;orthogonalLoop=1;jettySize=auto;html=1;fontSize=12;startSize=8;endSize=8;">
          <mxGeometry relative="1" as="geometry">
            <Array as="points">
              <mxPoint x="7066" y="2069" />
            </Array>
            <mxPoint x="7066" y="1991" as="sourcePoint" />
            <mxPoint x="6642.444444444443" y="2075.222222222222" as="targetPoint" />
          </mxGeometry>
        </mxCell>
        <mxCell id="dHOnNA1qFKyTxo9gN7e2-81" edge="1" parent="1" style="edgeStyle=none;curved=1;rounded=0;orthogonalLoop=1;jettySize=auto;html=1;fontSize=12;startSize=8;endSize=8;" value="">
          <mxGeometry relative="1" as="geometry">
            <mxPoint x="6636" y="2224" as="sourcePoint" />
            <mxPoint x="6636" y="2248" as="targetPoint" />
          </mxGeometry>
        </mxCell>
        <mxCell id="dHOnNA1qFKyTxo9gN7e2-82" edge="1" parent="1" source="dHOnNA1qFKyTxo9gN7e2-104" style="edgeStyle=none;curved=0;rounded=0;orthogonalLoop=1;jettySize=auto;html=1;fontSize=12;startSize=8;endSize=8;exitX=0.5;exitY=1;exitDx=0;exitDy=0;">
          <mxGeometry relative="1" as="geometry">
            <Array as="points">
              <mxPoint x="6636" y="2388" />
              <mxPoint x="6935" y="2387" />
              <mxPoint x="7250" y="2387" />
              <mxPoint x="7250" y="320" />
            </Array>
            <mxPoint x="6636" y="2384" as="sourcePoint" />
            <mxPoint x="6647" y="320" as="targetPoint" />
          </mxGeometry>
        </mxCell>
        <mxCell id="dHOnNA1qFKyTxo9gN7e2-86" parent="1" style="text;html=1;whiteSpace=wrap;strokeColor=none;fillColor=none;align=center;verticalAlign=middle;rounded=0;fontSize=30;fontStyle=1" value="Có" vertex="1">
          <mxGeometry height="30" width="60" x="6654" y="1128" as="geometry" />
        </mxCell>
        <mxCell id="dHOnNA1qFKyTxo9gN7e2-87" parent="1" style="text;html=1;whiteSpace=wrap;strokeColor=none;fillColor=none;align=center;verticalAlign=middle;rounded=0;fontSize=30;fontStyle=1" value="&lt;span&gt;Không&lt;/span&gt;" vertex="1">
          <mxGeometry height="30" width="60" x="6358" y="1017" as="geometry" />
        </mxCell>
        <mxCell id="dHOnNA1qFKyTxo9gN7e2-88" parent="1" style="text;html=1;whiteSpace=wrap;strokeColor=none;fillColor=none;align=center;verticalAlign=middle;rounded=0;fontSize=30;fontStyle=1" value="Có" vertex="1">
          <mxGeometry height="30" width="60" x="6366" y="1570" as="geometry" />
        </mxCell>
        <mxCell id="dHOnNA1qFKyTxo9gN7e2-89" parent="1" style="text;html=1;whiteSpace=wrap;strokeColor=none;fillColor=none;align=center;verticalAlign=middle;rounded=0;fontSize=30;fontStyle=1" value="&lt;span&gt;Không&lt;/span&gt;" vertex="1">
          <mxGeometry height="30" width="60" x="6664" y="1750" as="geometry" />
        </mxCell>
        <mxCell id="dHOnNA1qFKyTxo9gN7e2-90" parent="1" style="text;html=1;whiteSpace=wrap;strokeColor=none;fillColor=none;align=center;verticalAlign=middle;rounded=0;fontSize=30;fontStyle=1" value="Đủ" vertex="1">
          <mxGeometry height="30" width="60" x="6675" y="2041" as="geometry" />
        </mxCell>
        <mxCell id="dHOnNA1qFKyTxo9gN7e2-91" parent="1" style="text;html=1;whiteSpace=wrap;strokeColor=none;fillColor=none;align=center;verticalAlign=middle;rounded=0;fontSize=30;fontStyle=1" value="&lt;font&gt;Chưa&lt;/font&gt;" vertex="1">
          <mxGeometry height="30" width="60" x="6849" y="1880" as="geometry" />
        </mxCell>
        <mxCell id="dHOnNA1qFKyTxo9gN7e2-106" edge="1" parent="1" source="dHOnNA1qFKyTxo9gN7e2-92" style="edgeStyle=none;curved=1;rounded=0;orthogonalLoop=1;jettySize=auto;html=1;fontSize=12;startSize=8;endSize=8;" target="dHOnNA1qFKyTxo9gN7e2-93" value="">
          <mxGeometry relative="1" as="geometry" />
        </mxCell>
        <mxCell id="dHOnNA1qFKyTxo9gN7e2-92" parent="1" style="rounded=1;whiteSpace=wrap;html=1;fontStyle=1;fontSize=30;" value="&lt;font&gt;Bắt đầu&lt;/font&gt;" vertex="1">
          <mxGeometry height="104" width="214" x="8916" y="193" as="geometry" />
        </mxCell>
        <mxCell id="dHOnNA1qFKyTxo9gN7e2-107" edge="1" parent="1" source="dHOnNA1qFKyTxo9gN7e2-93" style="edgeStyle=none;curved=1;rounded=0;orthogonalLoop=1;jettySize=auto;html=1;fontSize=12;startSize=8;endSize=8;" target="dHOnNA1qFKyTxo9gN7e2-94" value="">
          <mxGeometry relative="1" as="geometry" />
        </mxCell>
        <mxCell id="dHOnNA1qFKyTxo9gN7e2-93" parent="1" style="rounded=0;whiteSpace=wrap;html=1;fontStyle=1;fontSize=30;" value="Khởi tạo giao tiếp&lt;div&gt;UART&lt;/div&gt;" vertex="1">
          <mxGeometry height="136" width="290" x="8878" y="328" as="geometry" />
        </mxCell>
        <mxCell id="dHOnNA1qFKyTxo9gN7e2-108" edge="1" parent="1" source="dHOnNA1qFKyTxo9gN7e2-94" style="edgeStyle=none;curved=1;rounded=0;orthogonalLoop=1;jettySize=auto;html=1;fontSize=12;startSize=8;endSize=8;" target="dHOnNA1qFKyTxo9gN7e2-97" value="">
          <mxGeometry relative="1" as="geometry" />
        </mxCell>
        <mxCell id="dHOnNA1qFKyTxo9gN7e2-94" parent="1" style="rounded=0;whiteSpace=wrap;html=1;fontStyle=1;fontSize=30;" value="Khởi tạo 2 khóa&lt;div&gt;(HMAC + AES)&lt;/div&gt;" vertex="1">
          <mxGeometry height="134" width="290" x="8881" y="495" as="geometry" />
        </mxCell>
        <mxCell id="dHOnNA1qFKyTxo9gN7e2-111" edge="1" parent="1" source="dHOnNA1qFKyTxo9gN7e2-95" style="edgeStyle=none;curved=1;rounded=0;orthogonalLoop=1;jettySize=auto;html=1;fontSize=12;startSize=8;endSize=8;" value="">
          <mxGeometry relative="1" as="geometry">
            <mxPoint x="9021.829268292682" y="1146" as="targetPoint" />
          </mxGeometry>
        </mxCell>
        <mxCell id="dHOnNA1qFKyTxo9gN7e2-95" parent="1" style="rounded=0;whiteSpace=wrap;html=1;fontStyle=1;fontSize=30;" value="Cấu hình&lt;div&gt;cho các thiết bị ngoại vi&lt;/div&gt;" vertex="1">
          <mxGeometry height="136" width="290" x="8878" y="982" as="geometry" />
        </mxCell>
        <mxCell id="dHOnNA1qFKyTxo9gN7e2-109" edge="1" parent="1" source="dHOnNA1qFKyTxo9gN7e2-97" style="edgeStyle=none;curved=1;rounded=0;orthogonalLoop=1;jettySize=auto;html=1;fontSize=12;startSize=8;endSize=8;" target="dHOnNA1qFKyTxo9gN7e2-98" value="">
          <mxGeometry relative="1" as="geometry" />
        </mxCell>
        <mxCell id="dHOnNA1qFKyTxo9gN7e2-97" parent="1" style="rounded=0;whiteSpace=wrap;html=1;fontStyle=1;fontSize=30;" value="Khởi tạo cảm biến&lt;div&gt;siêu âm&lt;/div&gt;" vertex="1">
          <mxGeometry height="136" width="290" x="8878" y="654" as="geometry" />
        </mxCell>
        <mxCell id="dHOnNA1qFKyTxo9gN7e2-110" edge="1" parent="1" source="dHOnNA1qFKyTxo9gN7e2-98" style="edgeStyle=none;curved=1;rounded=0;orthogonalLoop=1;jettySize=auto;html=1;fontSize=12;startSize=8;endSize=8;" target="dHOnNA1qFKyTxo9gN7e2-95" value="">
          <mxGeometry relative="1" as="geometry" />
        </mxCell>
        <mxCell id="dHOnNA1qFKyTxo9gN7e2-98" parent="1" style="rounded=0;whiteSpace=wrap;html=1;fontStyle=1;fontSize=30;" value="Khởi tạo module&lt;div&gt;giám sát năng lượng&lt;/div&gt;" vertex="1">
          <mxGeometry height="136" width="290" x="8878" y="820" as="geometry" />
        </mxCell>
        <mxCell id="dHOnNA1qFKyTxo9gN7e2-112" edge="1" parent="1" style="edgeStyle=none;curved=1;rounded=0;orthogonalLoop=1;jettySize=auto;html=1;fontSize=12;startSize=8;endSize=8;" target="dHOnNA1qFKyTxo9gN7e2-102" value="">
          <mxGeometry relative="1" as="geometry">
            <mxPoint x="9021" y="1282" as="sourcePoint" />
          </mxGeometry>
        </mxCell>
        <mxCell id="dHOnNA1qFKyTxo9gN7e2-102" parent="1" style="rounded=1;whiteSpace=wrap;html=1;fontStyle=1;fontSize=30;" value="&lt;font&gt;Kết thúc&lt;/font&gt;" vertex="1">
          <mxGeometry height="104" width="214" x="8914" y="1310" as="geometry" />
        </mxCell>
        <mxCell id="dHOnNA1qFKyTxo9gN7e2-104" parent="1" style="rounded=1;whiteSpace=wrap;html=1;fontStyle=1;fontSize=30;" value="&lt;font&gt;Hiển thị kết quả&lt;/font&gt;" vertex="1">
          <mxGeometry height="104" width="214" x="6529" y="2253" as="geometry" />
        </mxCell>
        <mxCell id="dHOnNA1qFKyTxo9gN7e2-105" parent="1" style="rounded=1;whiteSpace=wrap;html=1;fontStyle=1;fontSize=30;" value="&lt;font&gt;Gửi&lt;/font&gt;" vertex="1">
          <mxGeometry height="107" width="214" x="5341" y="2700" as="geometry" />
        </mxCell>
        <mxCell id="dHOnNA1qFKyTxo9gN7e2-141" edge="1" parent="1" source="dHOnNA1qFKyTxo9gN7e2-113" style="edgeStyle=none;curved=1;rounded=0;orthogonalLoop=1;jettySize=auto;html=1;fontSize=12;startSize=8;endSize=8;" target="dHOnNA1qFKyTxo9gN7e2-118" value="">
          <mxGeometry relative="1" as="geometry" />
        </mxCell>
        <mxCell id="dHOnNA1qFKyTxo9gN7e2-113" parent="1" style="rounded=1;whiteSpace=wrap;html=1;fontStyle=1;fontSize=30;" value="&lt;font&gt;Bắt đầu&lt;/font&gt;" vertex="1">
          <mxGeometry height="104" width="214" x="7770" y="199" as="geometry" />
        </mxCell>
        <mxCell id="dHOnNA1qFKyTxo9gN7e2-115" edge="1" parent="1" source="dHOnNA1qFKyTxo9gN7e2-114" style="edgeStyle=none;curved=1;rounded=0;orthogonalLoop=1;jettySize=auto;html=1;fontSize=12;startSize=8;endSize=8;" target="dHOnNA1qFKyTxo9gN7e2-105" value="">
          <mxGeometry relative="1" as="geometry" />
        </mxCell>
        <mxCell id="dHOnNA1qFKyTxo9gN7e2-114" parent="1" style="shape=parallelogram;perimeter=parallelogramPerimeter;whiteSpace=wrap;html=1;fixedSize=1;fontStyle=1;fontSize=30;" value="&lt;span&gt;Xuất dữ liệu&lt;/span&gt;" vertex="1">
          <mxGeometry height="151" width="310" x="5293" y="2530" as="geometry" />
        </mxCell>
        <mxCell id="dHOnNA1qFKyTxo9gN7e2-142" edge="1" parent="1" source="dHOnNA1qFKyTxo9gN7e2-118" style="edgeStyle=none;curved=1;rounded=0;orthogonalLoop=1;jettySize=auto;html=1;fontSize=12;startSize=8;endSize=8;" target="dHOnNA1qFKyTxo9gN7e2-119" value="">
          <mxGeometry relative="1" as="geometry" />
        </mxCell>
        <mxCell id="dHOnNA1qFKyTxo9gN7e2-118" parent="1" style="rounded=0;whiteSpace=wrap;html=1;fontStyle=1;fontSize=30;" value="&lt;font&gt;Khởi tạo phần cứng&lt;/font&gt;&lt;div&gt;và biến&lt;/div&gt;" vertex="1">
          <mxGeometry height="136" width="290" x="7732" y="321" as="geometry" />
        </mxCell>
        <mxCell id="dHOnNA1qFKyTxo9gN7e2-143" edge="1" parent="1" source="dHOnNA1qFKyTxo9gN7e2-119" style="edgeStyle=none;curved=1;rounded=0;orthogonalLoop=1;jettySize=auto;html=1;fontSize=12;startSize=8;endSize=8;" target="dHOnNA1qFKyTxo9gN7e2-127" value="">
          <mxGeometry relative="1" as="geometry" />
        </mxCell>
        <mxCell id="dHOnNA1qFKyTxo9gN7e2-119" parent="1" style="shape=parallelogram;perimeter=parallelogramPerimeter;whiteSpace=wrap;html=1;fixedSize=1;fontStyle=1;fontSize=30;" value="&lt;div&gt;&lt;font&gt;Đọc giá trị&amp;nbsp;&lt;/font&gt;&lt;/div&gt;&lt;div&gt;điện áp &amp;amp; dòng điện&lt;/div&gt;" vertex="1">
          <mxGeometry height="149" width="310" x="7722" y="482" as="geometry" />
        </mxCell>
        <mxCell id="dHOnNA1qFKyTxo9gN7e2-121" parent="1" style="shape=parallelogram;perimeter=parallelogramPerimeter;whiteSpace=wrap;html=1;fixedSize=1;fontStyle=1;fontSize=30;" value="&lt;div&gt;&lt;font&gt;Cập nhật&lt;/font&gt;&lt;/div&gt;&lt;div&gt;dung lượng Pin&lt;/div&gt;" vertex="1">
          <mxGeometry height="151" width="310" x="4833" y="786" as="geometry" />
        </mxCell>
        <mxCell id="dHOnNA1qFKyTxo9gN7e2-122" parent="1" style="shape=parallelogram;perimeter=parallelogramPerimeter;whiteSpace=wrap;html=1;fixedSize=1;fontStyle=1;fontSize=30;" value="&lt;div&gt;&lt;font&gt;Cập nhật trạng thái&lt;br&gt;LED &amp;amp; còi&lt;br&gt;&lt;/font&gt;&lt;/div&gt;" vertex="1">
          <mxGeometry height="141" width="310" x="5293" y="1717" as="geometry" />
        </mxCell>
        <mxCell id="dHOnNA1qFKyTxo9gN7e2-123" parent="1" style="shape=parallelogram;perimeter=parallelogramPerimeter;whiteSpace=wrap;html=1;fixedSize=1;fontStyle=1;fontSize=30;" value="Tăng đếm++" vertex="1">
          <mxGeometry height="151" width="310" x="6916" y="1840" as="geometry" />
        </mxCell>
        <mxCell id="dHOnNA1qFKyTxo9gN7e2-124" parent="1" style="shape=parallelogram;perimeter=parallelogramPerimeter;whiteSpace=wrap;html=1;fixedSize=1;fontStyle=1;fontSize=30;" value="Reset biến đếm&lt;div&gt;về 0&lt;/div&gt;" vertex="1">
          <mxGeometry height="151" width="310" x="6068" y="1537" as="geometry" />
        </mxCell>
        <mxCell id="dHOnNA1qFKyTxo9gN7e2-125" parent="1" style="shape=parallelogram;perimeter=parallelogramPerimeter;whiteSpace=wrap;html=1;fixedSize=1;fontStyle=1;fontSize=30;" value="Hiển thị lên&lt;div&gt;terminal&lt;/div&gt;" vertex="1">
          <mxGeometry height="137" width="310" x="8866" y="1147" as="geometry" />
        </mxCell>
        <mxCell id="dHOnNA1qFKyTxo9gN7e2-144" edge="1" parent="1" source="dHOnNA1qFKyTxo9gN7e2-127" style="edgeStyle=none;curved=1;rounded=0;orthogonalLoop=1;jettySize=auto;html=1;fontSize=12;startSize=8;endSize=8;" target="dHOnNA1qFKyTxo9gN7e2-130" value="">
          <mxGeometry relative="1" as="geometry" />
        </mxCell>
        <mxCell id="dHOnNA1qFKyTxo9gN7e2-127" parent="1" style="rounded=0;whiteSpace=wrap;html=1;fontStyle=1;fontSize=30;" value="Áp dụng bộ lọc&lt;div&gt;EMA&lt;/div&gt;" vertex="1">
          <mxGeometry height="136" width="290" x="7732" y="656" as="geometry" />
        </mxCell>
        <mxCell id="dHOnNA1qFKyTxo9gN7e2-145" edge="1" parent="1" source="dHOnNA1qFKyTxo9gN7e2-130" style="edgeStyle=none;curved=1;rounded=0;orthogonalLoop=1;jettySize=auto;html=1;fontSize=12;startSize=8;endSize=8;" target="dHOnNA1qFKyTxo9gN7e2-132" value="">
          <mxGeometry relative="1" as="geometry" />
        </mxCell>
        <mxCell id="dHOnNA1qFKyTxo9gN7e2-130" parent="1" style="rounded=0;whiteSpace=wrap;html=1;fontStyle=1;fontSize=30;" value="Tính ra giá trị&lt;div&gt;phần trăm&lt;/div&gt;" vertex="1">
          <mxGeometry height="136" width="290" x="7732" y="817" as="geometry" />
        </mxCell>
        <mxCell id="dHOnNA1qFKyTxo9gN7e2-138" edge="1" parent="1" source="dHOnNA1qFKyTxo9gN7e2-132" style="edgeStyle=none;curved=1;rounded=0;orthogonalLoop=1;jettySize=auto;html=1;fontSize=12;startSize=8;endSize=8;" target="dHOnNA1qFKyTxo9gN7e2-135" value="">
          <mxGeometry relative="1" as="geometry" />
        </mxCell>
        <mxCell id="dHOnNA1qFKyTxo9gN7e2-146" edge="1" parent="1" source="dHOnNA1qFKyTxo9gN7e2-132" style="edgeStyle=none;curved=1;rounded=0;orthogonalLoop=1;jettySize=auto;html=1;fontSize=12;startSize=8;endSize=8;" target="dHOnNA1qFKyTxo9gN7e2-133" value="">
          <mxGeometry relative="1" as="geometry" />
        </mxCell>
        <mxCell id="dHOnNA1qFKyTxo9gN7e2-132" parent="1" style="rhombus;whiteSpace=wrap;html=1;fontStyle=1;fontSize=30;" value="So sánh&lt;div&gt;dòng điện&amp;nbsp;≥ +10 mA&lt;/div&gt;&lt;div&gt;không ?&lt;/div&gt;" vertex="1">
          <mxGeometry height="276" width="366" x="7694" y="978" as="geometry" />
        </mxCell>
        <mxCell id="dHOnNA1qFKyTxo9gN7e2-139" edge="1" parent="1" source="dHOnNA1qFKyTxo9gN7e2-133" style="edgeStyle=none;curved=1;rounded=0;orthogonalLoop=1;jettySize=auto;html=1;fontSize=12;startSize=8;endSize=8;" target="dHOnNA1qFKyTxo9gN7e2-136" value="">
          <mxGeometry relative="1" as="geometry" />
        </mxCell>
        <mxCell id="dHOnNA1qFKyTxo9gN7e2-147" edge="1" parent="1" source="dHOnNA1qFKyTxo9gN7e2-133" style="edgeStyle=none;curved=1;rounded=0;orthogonalLoop=1;jettySize=auto;html=1;fontSize=12;startSize=8;endSize=8;" target="dHOnNA1qFKyTxo9gN7e2-134" value="">
          <mxGeometry relative="1" as="geometry" />
        </mxCell>
        <mxCell id="dHOnNA1qFKyTxo9gN7e2-133" parent="1" style="rhombus;whiteSpace=wrap;html=1;fontStyle=1;fontSize=30;" value="So sánh&lt;div&gt;dòng điện&amp;nbsp;&lt;span style=&quot;background-color: transparent; color: light-dark(rgb(0, 0, 0), rgb(255, 255, 255));&quot;&gt;≤&lt;/span&gt;&lt;span style=&quot;background-color: transparent; color: light-dark(rgb(0, 0, 0), rgb(255, 255, 255));&quot;&gt;&amp;nbsp;&lt;/span&gt;&lt;span style=&quot;background-color: transparent; color: light-dark(rgb(0, 0, 0), rgb(255, 255, 255));&quot;&gt;&amp;nbsp;+10 mA&lt;/span&gt;&lt;/div&gt;&lt;div&gt;&lt;span style=&quot;background-color: transparent; color: light-dark(rgb(0, 0, 0), rgb(255, 255, 255));&quot;&gt;không ?&lt;/span&gt;&lt;/div&gt;" vertex="1">
          <mxGeometry height="276" width="366" x="7694" y="1279" as="geometry" />
        </mxCell>
        <mxCell id="dHOnNA1qFKyTxo9gN7e2-140" edge="1" parent="1" source="dHOnNA1qFKyTxo9gN7e2-134" style="edgeStyle=none;curved=1;rounded=0;orthogonalLoop=1;jettySize=auto;html=1;fontSize=12;startSize=8;endSize=8;" target="dHOnNA1qFKyTxo9gN7e2-137" value="">
          <mxGeometry relative="1" as="geometry" />
        </mxCell>
        <mxCell id="dHOnNA1qFKyTxo9gN7e2-149" edge="1" parent="1" source="dHOnNA1qFKyTxo9gN7e2-134" style="edgeStyle=none;curved=1;rounded=0;orthogonalLoop=1;jettySize=auto;html=1;fontSize=12;startSize=8;endSize=8;" target="dHOnNA1qFKyTxo9gN7e2-148" value="">
          <mxGeometry relative="1" as="geometry" />
        </mxCell>
        <mxCell id="dHOnNA1qFKyTxo9gN7e2-134" parent="1" style="rhombus;whiteSpace=wrap;html=1;fontStyle=1;fontSize=30;" value="So sánh&lt;div&gt;điện áp&amp;nbsp;≥ 4,15V&lt;/div&gt;&lt;div&gt;không ?&lt;/div&gt;" vertex="1">
          <mxGeometry height="276" width="366" x="7694" y="1582" as="geometry" />
        </mxCell>
        <mxCell id="dHOnNA1qFKyTxo9gN7e2-135" parent="1" style="shape=parallelogram;perimeter=parallelogramPerimeter;whiteSpace=wrap;html=1;fixedSize=1;fontStyle=1;fontSize=30;" value="Xuất&amp;nbsp;&lt;div&gt;&quot;Pin đang sạc&quot;&lt;/div&gt;" vertex="1">
          <mxGeometry height="149" width="310" x="8096" y="1041.5" as="geometry" />
        </mxCell>
        <mxCell id="dHOnNA1qFKyTxo9gN7e2-159" edge="1" parent="1" source="dHOnNA1qFKyTxo9gN7e2-136" style="edgeStyle=none;curved=0;rounded=0;orthogonalLoop=1;jettySize=auto;html=1;fontSize=12;startSize=8;endSize=8;">
          <mxGeometry relative="1" as="geometry">
            <Array as="points">
              <mxPoint x="8251" y="1880" />
            </Array>
            <mxPoint x="7886" y="1880" as="targetPoint" />
          </mxGeometry>
        </mxCell>
        <mxCell id="dHOnNA1qFKyTxo9gN7e2-136" parent="1" style="shape=parallelogram;perimeter=parallelogramPerimeter;whiteSpace=wrap;html=1;fixedSize=1;fontStyle=1;fontSize=30;" value="&lt;div&gt;Xuất&lt;/div&gt;&lt;div&gt;&quot;Pin đang xả&quot;&lt;/div&gt;" vertex="1">
          <mxGeometry height="149" width="310" x="8096" y="1342.5" as="geometry" />
        </mxCell>
        <mxCell id="dHOnNA1qFKyTxo9gN7e2-158" edge="1" parent="1" source="dHOnNA1qFKyTxo9gN7e2-137" style="edgeStyle=none;curved=0;rounded=0;orthogonalLoop=1;jettySize=auto;html=1;fontSize=12;startSize=8;endSize=8;">
          <mxGeometry relative="1" as="geometry">
            <Array as="points">
              <mxPoint x="8251" y="1880" />
            </Array>
            <mxPoint x="7880" y="1880" as="targetPoint" />
          </mxGeometry>
        </mxCell>
        <mxCell id="dHOnNA1qFKyTxo9gN7e2-137" parent="1" style="shape=parallelogram;perimeter=parallelogramPerimeter;whiteSpace=wrap;html=1;fixedSize=1;fontStyle=1;fontSize=30;" value="&lt;div&gt;Xuất&lt;/div&gt;&lt;div&gt;&quot;Pin đầy&quot;&lt;/div&gt;" vertex="1">
          <mxGeometry height="149" width="310" x="8096" y="1645.5" as="geometry" />
        </mxCell>
        <mxCell id="dHOnNA1qFKyTxo9gN7e2-151" edge="1" parent="1" source="dHOnNA1qFKyTxo9gN7e2-148" style="edgeStyle=none;curved=0;rounded=0;orthogonalLoop=1;jettySize=auto;html=1;fontSize=12;startSize=8;endSize=8;" value="">
          <mxGeometry relative="1" as="geometry">
            <Array as="points">
              <mxPoint x="7874" y="2064" />
              <mxPoint x="7620" y="2064" />
              <mxPoint x="7615" y="464" />
            </Array>
            <mxPoint x="7884" y="464" as="targetPoint" />
          </mxGeometry>
        </mxCell>
        <mxCell id="dHOnNA1qFKyTxo9gN7e2-148" parent="1" style="rounded=0;whiteSpace=wrap;html=1;fontStyle=1;fontSize=30;" value="Hiển thị kết quả" vertex="1">
          <mxGeometry height="136" width="290" x="7729" y="1905" as="geometry" />
        </mxCell>
        <mxCell id="dHOnNA1qFKyTxo9gN7e2-152" parent="1" style="text;html=1;whiteSpace=wrap;strokeColor=none;fillColor=none;align=center;verticalAlign=middle;rounded=0;fontSize=30;fontStyle=1" value="Có" vertex="1">
          <mxGeometry height="30" width="60" x="8052" y="1085" as="geometry" />
        </mxCell>
        <mxCell id="dHOnNA1qFKyTxo9gN7e2-153" parent="1" style="text;html=1;whiteSpace=wrap;strokeColor=none;fillColor=none;align=center;verticalAlign=middle;rounded=0;fontSize=30;fontStyle=1" value="&lt;span&gt;Không&lt;/span&gt;" vertex="1">
          <mxGeometry height="30" width="60" x="7907" y="1249" as="geometry" />
        </mxCell>
        <mxCell id="dHOnNA1qFKyTxo9gN7e2-154" parent="1" style="text;html=1;whiteSpace=wrap;strokeColor=none;fillColor=none;align=center;verticalAlign=middle;rounded=0;fontSize=30;fontStyle=1" value="Có" vertex="1">
          <mxGeometry height="30" width="60" x="8052" y="1380" as="geometry" />
        </mxCell>
        <mxCell id="dHOnNA1qFKyTxo9gN7e2-155" parent="1" style="text;html=1;whiteSpace=wrap;strokeColor=none;fillColor=none;align=center;verticalAlign=middle;rounded=0;fontSize=30;fontStyle=1" value="&lt;span&gt;Không&lt;/span&gt;" vertex="1">
          <mxGeometry height="30" width="60" x="7901" y="1547" as="geometry" />
        </mxCell>
        <mxCell id="dHOnNA1qFKyTxo9gN7e2-156" parent="1" style="text;html=1;whiteSpace=wrap;strokeColor=none;fillColor=none;align=center;verticalAlign=middle;rounded=0;fontSize=30;fontStyle=1" value="Có" vertex="1">
          <mxGeometry height="30" width="60" x="8048" y="1687" as="geometry" />
        </mxCell>
        <mxCell id="dHOnNA1qFKyTxo9gN7e2-157" parent="1" style="text;html=1;whiteSpace=wrap;strokeColor=none;fillColor=none;align=center;verticalAlign=middle;rounded=0;fontSize=30;fontStyle=1" value="&lt;span&gt;Không&lt;/span&gt;" vertex="1">
          <mxGeometry height="30" width="60" x="7789" y="1855" as="geometry" />
        </mxCell>
        <mxCell id="dHOnNA1qFKyTxo9gN7e2-163" parent="1" style="shape=parallelogram;perimeter=parallelogramPerimeter;whiteSpace=wrap;html=1;fixedSize=1;fontStyle=1;fontSize=30;" value="&lt;span&gt;Cập nhật biến trạng thái&lt;/span&gt;" vertex="1">
          <mxGeometry height="132" width="253" x="6509.5" y="2090" as="geometry" />
        </mxCell>
        <mxCell id="dHOnNA1qFKyTxo9gN7e2-175" edge="1" parent="1" source="dHOnNA1qFKyTxo9gN7e2-164" style="edgeStyle=none;curved=1;rounded=0;orthogonalLoop=1;jettySize=auto;html=1;fontSize=12;startSize=8;endSize=8;" target="dHOnNA1qFKyTxo9gN7e2-165" value="">
          <mxGeometry relative="1" as="geometry" />
        </mxCell>
        <mxCell id="dHOnNA1qFKyTxo9gN7e2-164" parent="1" style="rounded=1;whiteSpace=wrap;html=1;fontStyle=1;fontSize=30;" value="&lt;font&gt;Bắt đầu&lt;/font&gt;" vertex="1">
          <mxGeometry height="104" width="214" x="9557" y="182" as="geometry" />
        </mxCell>
        <mxCell id="dHOnNA1qFKyTxo9gN7e2-176" edge="1" parent="1" source="dHOnNA1qFKyTxo9gN7e2-165" style="edgeStyle=none;curved=1;rounded=0;orthogonalLoop=1;jettySize=auto;html=1;fontSize=12;startSize=8;endSize=8;" target="dHOnNA1qFKyTxo9gN7e2-166" value="">
          <mxGeometry relative="1" as="geometry" />
        </mxCell>
        <mxCell id="dHOnNA1qFKyTxo9gN7e2-165" parent="1" style="rounded=0;whiteSpace=wrap;html=1;fontStyle=1;fontSize=30;" value="Kiểm tra điều kiện gửi" vertex="1">
          <mxGeometry height="136" width="290" x="9519" y="311" as="geometry" />
        </mxCell>
        <mxCell id="dHOnNA1qFKyTxo9gN7e2-177" edge="1" parent="1" source="dHOnNA1qFKyTxo9gN7e2-166" style="edgeStyle=none;curved=1;rounded=0;orthogonalLoop=1;jettySize=auto;html=1;fontSize=12;startSize=8;endSize=8;" target="dHOnNA1qFKyTxo9gN7e2-167" value="">
          <mxGeometry relative="1" as="geometry" />
        </mxCell>
        <mxCell id="dHOnNA1qFKyTxo9gN7e2-166" parent="1" style="rounded=0;whiteSpace=wrap;html=1;fontStyle=1;fontSize=30;" value="Đóng gói tin" vertex="1">
          <mxGeometry height="136" width="290" x="9519" y="469" as="geometry" />
        </mxCell>
        <mxCell id="dHOnNA1qFKyTxo9gN7e2-178" edge="1" parent="1" source="dHOnNA1qFKyTxo9gN7e2-167" style="edgeStyle=none;curved=1;rounded=0;orthogonalLoop=1;jettySize=auto;html=1;fontSize=12;startSize=8;endSize=8;" target="dHOnNA1qFKyTxo9gN7e2-168" value="">
          <mxGeometry relative="1" as="geometry" />
        </mxCell>
        <mxCell id="dHOnNA1qFKyTxo9gN7e2-167" parent="1" style="rounded=0;whiteSpace=wrap;html=1;fontStyle=1;fontSize=30;" value="Thêm byte đệm" vertex="1">
          <mxGeometry height="136" width="290" x="9519" y="627" as="geometry" />
        </mxCell>
        <mxCell id="dHOnNA1qFKyTxo9gN7e2-179" edge="1" parent="1" source="dHOnNA1qFKyTxo9gN7e2-168" style="edgeStyle=none;curved=1;rounded=0;orthogonalLoop=1;jettySize=auto;html=1;fontSize=12;startSize=8;endSize=8;" target="dHOnNA1qFKyTxo9gN7e2-169" value="">
          <mxGeometry relative="1" as="geometry" />
        </mxCell>
        <mxCell id="dHOnNA1qFKyTxo9gN7e2-168" parent="1" style="rounded=0;whiteSpace=wrap;html=1;fontStyle=1;fontSize=30;" value="Khởi tạo vector 16byte" vertex="1">
          <mxGeometry height="136" width="290" x="9516" y="784" as="geometry" />
        </mxCell>
        <mxCell id="dHOnNA1qFKyTxo9gN7e2-181" edge="1" parent="1" source="dHOnNA1qFKyTxo9gN7e2-169" style="edgeStyle=none;curved=1;rounded=0;orthogonalLoop=1;jettySize=auto;html=1;fontSize=12;startSize=8;endSize=8;" target="dHOnNA1qFKyTxo9gN7e2-170" value="">
          <mxGeometry relative="1" as="geometry" />
        </mxCell>
        <mxCell id="dHOnNA1qFKyTxo9gN7e2-169" parent="1" style="rounded=0;whiteSpace=wrap;html=1;fontStyle=1;fontSize=30;" value="Mã hóa" vertex="1">
          <mxGeometry height="136" width="290" x="9516" y="941" as="geometry" />
        </mxCell>
        <mxCell id="dHOnNA1qFKyTxo9gN7e2-182" edge="1" parent="1" source="dHOnNA1qFKyTxo9gN7e2-170" style="edgeStyle=none;curved=1;rounded=0;orthogonalLoop=1;jettySize=auto;html=1;fontSize=12;startSize=8;endSize=8;" value="">
          <mxGeometry relative="1" as="geometry">
            <mxPoint x="9659.864353312301" y="1256" as="targetPoint" />
          </mxGeometry>
        </mxCell>
        <mxCell id="dHOnNA1qFKyTxo9gN7e2-170" parent="1" style="rounded=0;whiteSpace=wrap;html=1;fontStyle=1;fontSize=30;" value="Đóng khung gói tin&lt;div&gt;&amp;amp; Gửi&lt;/div&gt;" vertex="1">
          <mxGeometry height="136" width="290" x="9516" y="1098" as="geometry" />
        </mxCell>
        <mxCell id="dHOnNA1qFKyTxo9gN7e2-185" edge="1" parent="1" source="dHOnNA1qFKyTxo9gN7e2-184" style="edgeStyle=none;curved=0;rounded=0;orthogonalLoop=1;jettySize=auto;html=1;fontSize=12;startSize=8;endSize=8;exitX=0.5;exitY=1;exitDx=0;exitDy=0;">
          <mxGeometry relative="1" as="geometry">
            <Array as="points">
              <mxPoint x="9659" y="1425" />
              <mxPoint x="9752" y="1423" />
              <mxPoint x="9861" y="1421" />
              <mxPoint x="9861" y="293" />
            </Array>
            <mxPoint x="9423" y="1402" as="sourcePoint" />
            <mxPoint x="9667" y="292.5" as="targetPoint" />
          </mxGeometry>
        </mxCell>
        <mxCell id="dHOnNA1qFKyTxo9gN7e2-184" parent="1" style="rounded=0;whiteSpace=wrap;html=1;fontStyle=1;fontSize=30;" value="Hiển thị kết quả&lt;div&gt;lên terminal&lt;/div&gt;" vertex="1">
          <mxGeometry height="136" width="290" x="9516" y="1257" as="geometry" />
        </mxCell>
        <mxCell id="dHOnNA1qFKyTxo9gN7e2-194" edge="1" parent="1" source="dHOnNA1qFKyTxo9gN7e2-186" style="edgeStyle=none;curved=1;rounded=0;orthogonalLoop=1;jettySize=auto;html=1;fontSize=12;startSize=8;endSize=8;" target="dHOnNA1qFKyTxo9gN7e2-188" value="">
          <mxGeometry relative="1" as="geometry" />
        </mxCell>
        <mxCell id="dHOnNA1qFKyTxo9gN7e2-186" parent="1" style="rounded=1;whiteSpace=wrap;html=1;fontStyle=1;fontSize=30;" value="&lt;font&gt;Bắt đầu&lt;/font&gt;" vertex="1">
-           <mxGeometry height="104" width="214" x="10675" y="203" as="geometry" />
+           <mxGeometry height="104" width="214" x="10263" y="182" as="geometry" />
        </mxCell>
        <mxCell id="dHOnNA1qFKyTxo9gN7e2-195" edge="1" parent="1" source="dHOnNA1qFKyTxo9gN7e2-188" style="edgeStyle=none;curved=1;rounded=0;orthogonalLoop=1;jettySize=auto;html=1;fontSize=12;startSize=8;endSize=8;" target="dHOnNA1qFKyTxo9gN7e2-190" value="">
          <mxGeometry relative="1" as="geometry" />
        </mxCell>
        <mxCell id="dHOnNA1qFKyTxo9gN7e2-188" parent="1" style="rounded=0;whiteSpace=wrap;html=1;fontStyle=1;fontSize=30;" value="Khởi tạo phần cứng thiết bị" vertex="1">
-           <mxGeometry height="136" width="290" x="10637" y="328" as="geometry" />
+           <mxGeometry height="136" width="290" x="10225" y="307" as="geometry" />
        </mxCell>
        <mxCell id="dHOnNA1qFKyTxo9gN7e2-196" edge="1" parent="1" source="dHOnNA1qFKyTxo9gN7e2-190" style="edgeStyle=none;curved=1;rounded=0;orthogonalLoop=1;jettySize=auto;html=1;fontSize=12;startSize=8;endSize=8;" target="dHOnNA1qFKyTxo9gN7e2-191" value="">
          <mxGeometry relative="1" as="geometry" />
        </mxCell>
        <mxCell id="dHOnNA1qFKyTxo9gN7e2-190" parent="1" style="shape=parallelogram;perimeter=parallelogramPerimeter;whiteSpace=wrap;html=1;fixedSize=1;fontStyle=1;fontSize=30;" value="Đọc giá trị UART&lt;div&gt;(LoRa)&lt;/div&gt;" vertex="1">
-           <mxGeometry height="137" width="310" x="10627" y="488.5" as="geometry" />
+           <mxGeometry height="137" width="310" x="10215" y="467.5" as="geometry" />
        </mxCell>
        <mxCell id="dHOnNA1qFKyTxo9gN7e2-197" edge="1" parent="1" source="dHOnNA1qFKyTxo9gN7e2-191" style="edgeStyle=none;curved=1;rounded=0;orthogonalLoop=1;jettySize=auto;html=1;fontSize=12;startSize=8;endSize=8;" value="">
          <mxGeometry relative="1" as="geometry">
-             <mxPoint x="10782" y="949" as="targetPoint" />
+             <mxPoint x="10370" y="928" as="targetPoint" />
+           </mxGeometry>
+         </mxCell>
+         <mxCell id="dHOnNA1qFKyTxo9gN7e2-214" edge="1" parent="1" source="dHOnNA1qFKyTxo9gN7e2-191" style="edgeStyle=none;curved=0;rounded=0;orthogonalLoop=1;jettySize=auto;html=1;fontSize=12;startSize=8;endSize=8;strokeColor=default;" value="">
+           <mxGeometry relative="1" as="geometry">
+             <Array as="points">
+               <mxPoint x="10062" y="767" />
+               <mxPoint x="10066" y="1536" />
+             </Array>
+             <mxPoint x="10364" y="1536" as="targetPoint" />
          </mxGeometry>
        </mxCell>
        <mxCell id="dHOnNA1qFKyTxo9gN7e2-191" parent="1" style="rhombus;whiteSpace=wrap;html=1;fontStyle=1;fontSize=30;" value="Kiểm tra xem&amp;nbsp;&lt;div&gt;có nhận được gói&amp;nbsp;&lt;div&gt;tin nào không&lt;div&gt;?&lt;/div&gt;&lt;/div&gt;&lt;/div&gt;" vertex="1">
-           <mxGeometry height="276" width="366" x="10599" y="650" as="geometry" />
+           <mxGeometry height="276" width="366" x="10187" y="629" as="geometry" />
        </mxCell>
        <mxCell id="dHOnNA1qFKyTxo9gN7e2-207" edge="1" parent="1" source="dHOnNA1qFKyTxo9gN7e2-198" style="edgeStyle=none;curved=1;rounded=0;orthogonalLoop=1;jettySize=auto;html=1;fontSize=12;startSize=8;endSize=8;" target="dHOnNA1qFKyTxo9gN7e2-201" value="">
          <mxGeometry relative="1" as="geometry" />
        </mxCell>
+         <mxCell id="dHOnNA1qFKyTxo9gN7e2-216" edge="1" parent="1" source="dHOnNA1qFKyTxo9gN7e2-198" style="edgeStyle=none;curved=0;rounded=0;orthogonalLoop=1;jettySize=auto;html=1;fontSize=12;startSize=8;endSize=8;">
+           <mxGeometry relative="1" as="geometry">
+             <Array as="points">
+               <mxPoint x="10686" y="1067" />
+               <mxPoint x="10686" y="1536" />
+             </Array>
+             <mxPoint x="10379.333333333334" y="1540.666666666667" as="targetPoint" />
+           </mxGeometry>
+         </mxCell>
        <mxCell id="dHOnNA1qFKyTxo9gN7e2-198" parent="1" style="rhombus;whiteSpace=wrap;html=1;fontStyle=1;fontSize=30;" value="Kiểm tra&lt;div&gt;cấu trúc gói tin có&lt;/div&gt;&lt;div&gt;hợp lệ không ?&lt;/div&gt;" vertex="1">
-           <mxGeometry height="276" width="366" x="10599" y="950" as="geometry" />
+           <mxGeometry height="276" width="366" x="10187" y="929" as="geometry" />
        </mxCell>
        <mxCell id="dHOnNA1qFKyTxo9gN7e2-208" edge="1" parent="1" source="dHOnNA1qFKyTxo9gN7e2-201" style="edgeStyle=none;curved=1;rounded=0;orthogonalLoop=1;jettySize=auto;html=1;fontSize=12;startSize=8;endSize=8;" target="dHOnNA1qFKyTxo9gN7e2-203" value="">
          <mxGeometry relative="1" as="geometry" />
        </mxCell>
        <mxCell id="dHOnNA1qFKyTxo9gN7e2-201" parent="1" style="rounded=0;whiteSpace=wrap;html=1;fontStyle=1;fontSize=30;" value="Giải mã" vertex="1">
-           <mxGeometry height="136" width="290" x="10637" y="1244.5" as="geometry" />
+           <mxGeometry height="136" width="290" x="10225" y="1223.5" as="geometry" />
        </mxCell>
        <mxCell id="dHOnNA1qFKyTxo9gN7e2-209" edge="1" parent="1" source="dHOnNA1qFKyTxo9gN7e2-203" style="edgeStyle=none;curved=1;rounded=0;orthogonalLoop=1;jettySize=auto;html=1;fontSize=12;startSize=8;endSize=8;" target="dHOnNA1qFKyTxo9gN7e2-204" value="">
          <mxGeometry relative="1" as="geometry" />
        </mxCell>
        <mxCell id="dHOnNA1qFKyTxo9gN7e2-203" parent="1" style="shape=parallelogram;perimeter=parallelogramPerimeter;whiteSpace=wrap;html=1;fixedSize=1;fontStyle=1;fontSize=30;" value="Cập nhật giá trị&amp;nbsp;&lt;div&gt;cho biến&lt;/div&gt;" vertex="1">
-           <mxGeometry height="137" width="310" x="10627" y="1400" as="geometry" />
+           <mxGeometry height="137" width="310" x="10215" y="1379" as="geometry" />
        </mxCell>
        <mxCell id="dHOnNA1qFKyTxo9gN7e2-210" edge="1" parent="1" source="dHOnNA1qFKyTxo9gN7e2-204" style="edgeStyle=none;curved=1;rounded=0;orthogonalLoop=1;jettySize=auto;html=1;fontSize=12;startSize=8;endSize=8;" target="dHOnNA1qFKyTxo9gN7e2-206" value="">
          <mxGeometry relative="1" as="geometry" />
        </mxCell>
        <mxCell id="dHOnNA1qFKyTxo9gN7e2-204" parent="1" style="rounded=0;whiteSpace=wrap;html=1;fontStyle=1;fontSize=30;" value="Hiển thị lên màn hình" vertex="1">
-           <mxGeometry height="136" width="290" x="10637" y="1577" as="geometry" />
+           <mxGeometry height="136" width="290" x="10225" y="1556" as="geometry" />
+         </mxCell>
+         <mxCell id="dHOnNA1qFKyTxo9gN7e2-217" edge="1" parent="1" source="dHOnNA1qFKyTxo9gN7e2-206" style="edgeStyle=none;curved=0;rounded=0;orthogonalLoop=1;jettySize=auto;html=1;fontSize=12;startSize=8;endSize=8;">
+           <mxGeometry relative="1" as="geometry">
+             <Array as="points">
+               <mxPoint x="10366" y="1901" />
+               <mxPoint x="10758" y="1901" />
+               <mxPoint x="10752" y="455" />
+             </Array>
+             <mxPoint x="10374" y="455" as="targetPoint" />
+           </mxGeometry>
        </mxCell>
        <mxCell id="dHOnNA1qFKyTxo9gN7e2-206" parent="1" style="shape=parallelogram;perimeter=parallelogramPerimeter;whiteSpace=wrap;html=1;fixedSize=1;fontStyle=1;fontSize=30;" value="Đẩy dữ liệu lên&lt;div&gt;Server&lt;/div&gt;" vertex="1">
-           <mxGeometry height="137" width="310" x="10627" y="1737" as="geometry" />
-         </mxCell>
-         <mxCell id="dHOnNA1qFKyTxo9gN7e2-211" parent="1" style="shape=parallelogram;perimeter=parallelogramPerimeter;whiteSpace=wrap;html=1;fixedSize=1;fontStyle=1;fontSize=30;" value="Cập nhật" vertex="1">
-           <mxGeometry height="137" width="310" x="10259" y="719.5" as="geometry" />
+           <mxGeometry height="137" width="310" x="10215" y="1716" as="geometry" />
        </mxCell>
        <mxCell id="dHOnNA1qFKyTxo9gN7e2-212" parent="1" style="shape=parallelogram;perimeter=parallelogramPerimeter;whiteSpace=wrap;html=1;fixedSize=1;fontStyle=1;fontSize=30;" value="Gán biến lỗi&lt;div&gt;&quot;sensor err&quot;&lt;/div&gt;" vertex="1">
          <mxGeometry height="151" width="310" x="6033" y="941" as="geometry" />
+         </mxCell>
+         <mxCell id="dHOnNA1qFKyTxo9gN7e2-219" parent="1" style="text;html=1;whiteSpace=wrap;strokeColor=none;fillColor=none;align=center;verticalAlign=middle;rounded=0;fontSize=30;fontStyle=1" value="Có" vertex="1">
+           <mxGeometry height="30" width="60" x="10391" y="899" as="geometry" />
+         </mxCell>
+         <mxCell id="dHOnNA1qFKyTxo9gN7e2-220" parent="1" style="text;html=1;whiteSpace=wrap;strokeColor=none;fillColor=none;align=center;verticalAlign=middle;rounded=0;fontSize=30;fontStyle=1" value="&lt;span&gt;Không&lt;/span&gt;" vertex="1">
+           <mxGeometry height="30" width="60" x="10113" y="727" as="geometry" />
+         </mxCell>
+         <mxCell id="dHOnNA1qFKyTxo9gN7e2-221" parent="1" style="text;html=1;whiteSpace=wrap;strokeColor=none;fillColor=none;align=center;verticalAlign=middle;rounded=0;fontSize=30;fontStyle=1" value="&lt;span&gt;Không&lt;/span&gt;" vertex="1">
+           <mxGeometry height="30" width="60" x="10568" y="1026" as="geometry" />
+         </mxCell>
+         <mxCell id="dHOnNA1qFKyTxo9gN7e2-222" parent="1" style="text;html=1;whiteSpace=wrap;strokeColor=none;fillColor=none;align=center;verticalAlign=middle;rounded=0;fontSize=30;fontStyle=1" value="Có" vertex="1">
+           <mxGeometry height="30" width="60" x="10398" y="1183" as="geometry" />
        </mxCell>
      </root>
    </mxGraphModel>
  </diagram>
</mxfile>
